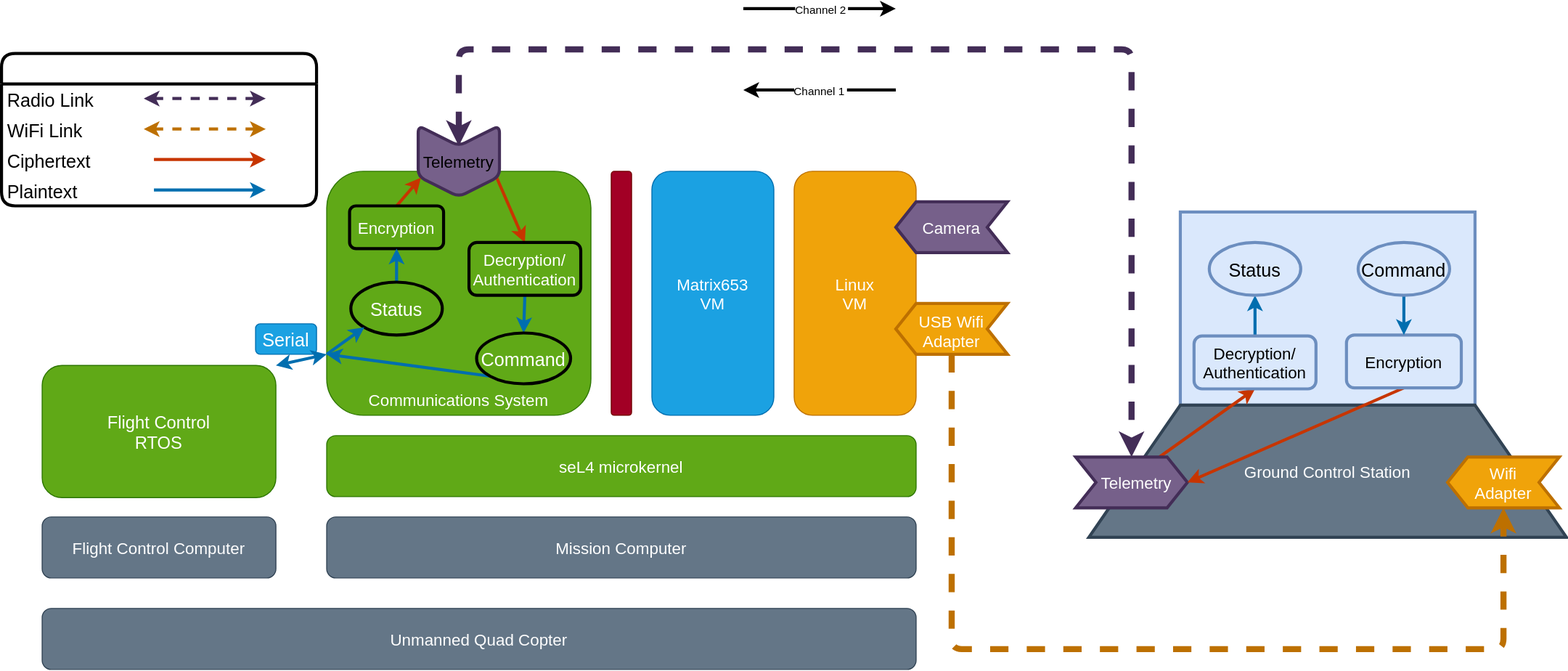
Before: pics/system.svg, a diagram exported from draw.io (colorglass/seL4_rpi4). Source tidied: cells renumbered, new cells last; positions are measured from the earlier drawing's top-left corner, leaving out a move shared by most shapes.
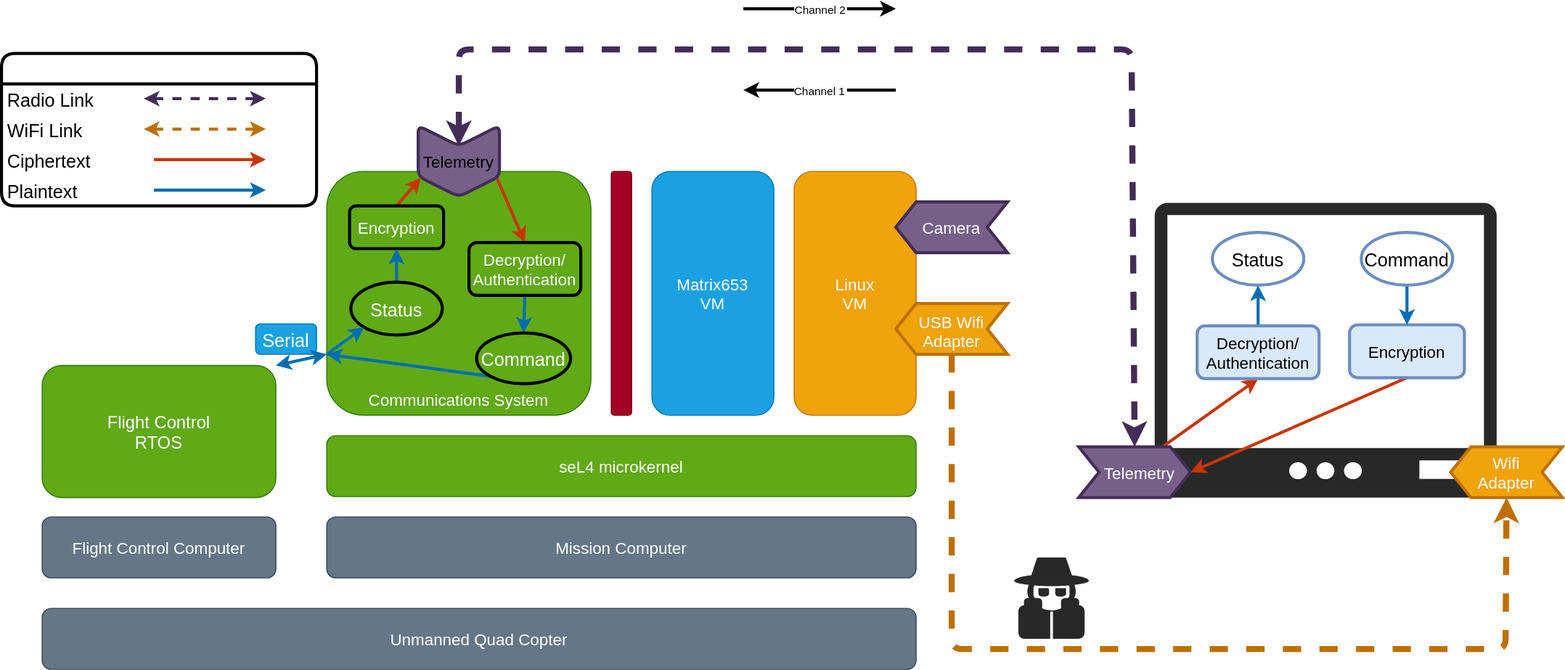
After the commit.

What changed in the source:
```diff
@@ -2,6 +2,9 @@
   <root>
     <mxCell id="0" />
     <mxCell id="1" parent="0" />
+    <mxCell id="59" style="verticalLabelPosition=bottom;sketch=0;html=1;fillColor=#282828;strokeColor=none;verticalAlign=top;align=center;shape=mxgraph.cisco_safe.iot_things_icons.icon28;" parent="1" vertex="1">
+      <mxGeometry x="1097" y="191" width="413" height="290" as="geometry" />
+    </mxCell>
     <mxCell id="2" value="Serial" style="text;strokeColor=#006EAF;fillColor=#1ba1e2;align=center;verticalAlign=middle;rounded=1;fontSize=18;fontColor=#ffffff;glass=0;" parent="1" vertex="1">
       <mxGeometry x="250" y="310" width="60" height="30" as="geometry" />
     </mxCell>
@@ -38,26 +41,20 @@
     <mxCell id="13" value="Telemetry" style="text;strokeColor=none;fillColor=none;align=center;verticalAlign=middle;rounded=0;strokeWidth=3;fontSize=16;fontColor=#000000;" parent="1" vertex="1">
       <mxGeometry x="420" y="135" width="60" height="30" as="geometry" />
     </mxCell>
-    <mxCell id="14" style="rounded=0;strokeColor=#6c8ebf;strokeWidth=3;fontSize=16;fillColor=#dae8fc;" parent="1" vertex="1">
-      <mxGeometry x="1160" y="200" width="290" height="190" as="geometry" />
-    </mxCell>
-    <mxCell id="15" value="Ground Control Station" style="shape=trapezoid;perimeter=trapezoidPerimeter;fixedSize=1;rounded=0;strokeColor=#314354;strokeWidth=3;fontSize=16;fontColor=#ffffff;size=90;fillColor=#647687;" parent="1" vertex="1">
-      <mxGeometry x="1070" y="390" width="470" height="130" as="geometry" />
-    </mxCell>
     <mxCell id="16" style="edgeStyle=none;exitX=0.75;exitY=0;exitDx=0;exitDy=0;entryX=0.5;entryY=1;entryDx=0;entryDy=0;strokeWidth=3;fontSize=18;fontColor=#000000;fillColor=#fa6800;strokeColor=#C73500;" parent="1" edge="1" source="17" target="51">
       <mxGeometry relative="1" as="geometry" />
     </mxCell>
     <mxCell id="17" style="shape=step;perimeter=stepPerimeter;fixedSize=1;rounded=0;strokeColor=#432D57;strokeWidth=3;fontSize=16;fontColor=#ffffff;fillColor=#76608a;" parent="1" vertex="1">
-      <mxGeometry x="1057" y="441" width="110" height="50" as="geometry" />
+      <mxGeometry x="1060" y="431" width="110" height="50" as="geometry" />
     </mxCell>
     <mxCell id="18" value="Telemetry" style="text;strokeColor=none;fillColor=none;align=center;verticalAlign=middle;rounded=0;strokeWidth=3;fontSize=16;fontColor=#FFFFFF;" parent="1" vertex="1">
-      <mxGeometry x="1087" y="451" width="60" height="30" as="geometry" />
+      <mxGeometry x="1090" y="441" width="60" height="30" as="geometry" />
     </mxCell>
     <mxCell id="19" style="edgeStyle=none;exitX=0.5;exitY=1;exitDx=0;exitDy=0;entryX=1;entryY=0.5;entryDx=0;entryDy=0;strokeWidth=3;fontSize=18;fontColor=#000000;fillColor=#fa6800;strokeColor=#C73500;" parent="1" edge="1" source="20" target="17">
       <mxGeometry relative="1" as="geometry" />
     </mxCell>
     <mxCell id="20" value="Encryption" style="rounded=1;strokeColor=#6c8ebf;strokeWidth=3;fontSize=16;fillColor=#dae8fc;fontColor=#000000;" parent="1" vertex="1">
-      <mxGeometry x="1323.5" y="321" width="113" height="52" as="geometry" />
+      <mxGeometry x="1326.5" y="311" width="113" height="52" as="geometry" />
     </mxCell>
     <mxCell id="21" style="shape=step;perimeter=stepPerimeter;fixedSize=1;rounded=0;strokeColor=#432D57;strokeWidth=3;fontSize=16;fontColor=#ffffff;rotation=-180;fillColor=#76608a;" parent="1" vertex="1">
       <mxGeometry x="880" y="190" width="110" height="50" as="geometry" />
@@ -69,7 +66,7 @@
       <mxGeometry relative="1" as="geometry">
         <Array as="points">
           <mxPoint x="935" y="630" />
-          <mxPoint x="1478" y="630" />
+          <mxPoint x="1480" y="630" />
         </Array>
       </mxGeometry>
     </mxCell>
@@ -80,10 +77,10 @@
       <mxGeometry x="897.5" y="302" width="75" height="30" as="geometry" />
     </mxCell>
     <mxCell id="26" style="shape=step;perimeter=stepPerimeter;fixedSize=1;rounded=0;strokeColor=#BD7000;strokeWidth=3;fontSize=16;fontColor=#000000;rotation=-180;fillColor=#f0a30a;" parent="1" vertex="1">
-      <mxGeometry x="1423" y="441" width="110" height="50" as="geometry" />
+      <mxGeometry x="1426" y="431" width="110" height="50" as="geometry" />
     </mxCell>
     <mxCell id="27" value="Wifi&#10;Adapter" style="text;strokeColor=none;fillColor=none;align=center;verticalAlign=middle;rounded=0;strokeWidth=3;fontSize=16;fontColor=#FFFFFF;" parent="1" vertex="1">
-      <mxGeometry x="1448" y="451" width="60" height="30" as="geometry" />
+      <mxGeometry x="1451" y="441" width="60" height="30" as="geometry" />
     </mxCell>
     <mxCell id="28" value="Unmanned Quad Copter" style="rounded=1;fillColor=#647687;fontColor=#ffffff;strokeColor=#314354;fontSize=16;" parent="1" vertex="1">
       <mxGeometry x="40" y="590" width="860" height="60" as="geometry" />
@@ -174,16 +171,16 @@
       <mxGeometry relative="1" as="geometry" />
     </mxCell>
     <mxCell id="51" value="Decryption/&#10;Authentication" style="rounded=1;strokeColor=#6c8ebf;strokeWidth=3;fontSize=16;fillColor=#dae8fc;fontColor=#000000;" parent="1" vertex="1">
-      <mxGeometry x="1173.5" y="322" width="120" height="52" as="geometry" />
+      <mxGeometry x="1176.5" y="312" width="120" height="52" as="geometry" />
     </mxCell>
     <mxCell id="52" value="Status" style="ellipse;rounded=1;glass=0;fontSize=18;fontColor=#000000;fillColor=none;strokeWidth=3;strokeColor=#6C8EBF;" parent="1" vertex="1">
-      <mxGeometry x="1188.5" y="230" width="90" height="52" as="geometry" />
+      <mxGeometry x="1191.5" y="220" width="90" height="52" as="geometry" />
     </mxCell>
     <mxCell id="53" style="edgeStyle=none;exitX=0.5;exitY=1;exitDx=0;exitDy=0;entryX=0.5;entryY=0;entryDx=0;entryDy=0;strokeWidth=3;fontSize=18;fontColor=#000000;fillColor=#1ba1e2;strokeColor=#006EAF;" parent="1" edge="1" source="54" target="20">
       <mxGeometry relative="1" as="geometry" />
     </mxCell>
     <mxCell id="54" value="Command" style="ellipse;rounded=1;glass=0;fontSize=18;fontColor=#000000;fillColor=none;strokeWidth=3;strokeColor=#6C8EBF;" parent="1" vertex="1">
-      <mxGeometry x="1335" y="230" width="90" height="52" as="geometry" />
+      <mxGeometry x="1338" y="220" width="90" height="52" as="geometry" />
     </mxCell>
     <mxCell id="55" style="endArrow=classic;strokeWidth=3;" parent="1" edge="1">
       <mxGeometry relative="1" as="geometry">
@@ -203,5 +200,8 @@
     <mxCell id="58" value="Channel 1" style="edgeLabel;align=center;verticalAlign=middle;" parent="57" vertex="1">
       <mxGeometry relative="1" as="geometry" />
     </mxCell>
+    <mxCell id="60" style="verticalLabelPosition=bottom;sketch=0;html=1;fillColor=#282828;strokeColor=none;verticalAlign=top;align=center;shape=mxgraph.cisco_safe.security_icons.icon22;" parent="1" vertex="1">
+      <mxGeometry x="996.5" y="540" width="73.5" height="80" as="geometry" />
+    </mxCell>
   </root>
 </mxGraphModel>
```
